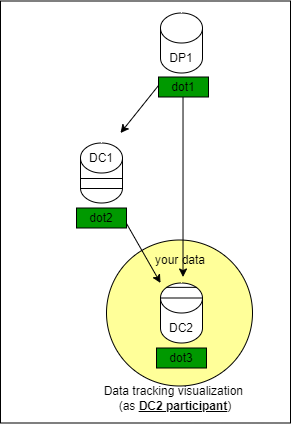
Before: diagrams/dvct-viz-3.png, a diagram exported from draw.io (Prometheus-X-association/data-value-chain-tracker). Source tidied: cells renumbered, new cells last; positions are measured from the earlier drawing's top-left corner, leaving out a move shared by most shapes. The source it was exported from:
```xml
<mxGraphModel>
  <root>
    <mxCell id="0" />
    <mxCell id="1" parent="0" />
    <mxCell id="2" style="rounded=0;whiteSpace=wrap;html=1;" parent="1" vertex="1">
      <mxGeometry y="-0.5" width="290" height="422" as="geometry" />
    </mxCell>
    <mxCell id="3" style="shape=cylinder3;whiteSpace=wrap;html=1;boundedLbl=1;backgroundOutline=1;size=15;" parent="1" vertex="1">
      <mxGeometry x="160" y="11.5" width="42" height="60" as="geometry" />
    </mxCell>
    <mxCell id="4" style="group;" parent="1" vertex="1">
      <mxGeometry x="80" y="141.5" width="101" height="118" as="geometry" />
    </mxCell>
    <mxCell id="5" style="ellipse;whiteSpace=wrap;html=1;fillColor=#FFFF99;" parent="4" vertex="1">
      <mxGeometry x="26" y="97" width="146" height="146" as="geometry" />
    </mxCell>
    <mxCell id="6" style="shape=cylinder3;whiteSpace=wrap;html=1;boundedLbl=1;backgroundOutline=1;size=15;" parent="4" vertex="1">
      <mxGeometry width="42" height="60" as="geometry" />
    </mxCell>
    <mxCell id="7" style="endArrow=none;html=1;rounded=0;exitX=0;exitY=0;exitDx=0;exitDy=37.50000000000001;exitPerimeter=0;entryX=0;entryY=0.75;entryDx=0;entryDy=0;" parent="4" edge="1">
      <mxGeometry relative="1" as="geometry">
        <mxPoint y="35.5" as="sourcePoint" />
        <mxPoint x="42" y="35.5" as="targetPoint" />
      </mxGeometry>
    </mxCell>
    <mxCell id="8" style="endArrow=none;html=1;rounded=0;exitX=0;exitY=0;exitDx=0;exitDy=37.50000000000001;exitPerimeter=0;entryX=0;entryY=0.75;entryDx=0;entryDy=0;" parent="4" edge="1">
      <mxGeometry relative="1" as="geometry">
        <mxPoint y="45.5" as="sourcePoint" />
        <mxPoint x="42" y="45.5" as="targetPoint" />
      </mxGeometry>
    </mxCell>
    <mxCell id="9" value="DC1" style="text;html=1;align=center;verticalAlign=middle;whiteSpace=wrap;rounded=0;" parent="4" vertex="1">
      <mxGeometry x="-9" width="60" height="30" as="geometry" />
    </mxCell>
    <mxCell id="10" value="your data" style="text;html=1;align=center;verticalAlign=middle;whiteSpace=wrap;rounded=0;" parent="4" vertex="1">
      <mxGeometry x="70" y="102" width="60" height="30" as="geometry" />
    </mxCell>
    <mxCell id="11" style="group;" parent="1" vertex="1">
      <mxGeometry x="160" y="281.5" width="51" height="60" as="geometry" />
    </mxCell>
    <mxCell id="12" style="shape=cylinder3;whiteSpace=wrap;html=1;boundedLbl=1;backgroundOutline=1;size=15;" parent="11" vertex="1">
      <mxGeometry width="42" height="60" as="geometry" />
    </mxCell>
    <mxCell id="13" style="endArrow=none;html=1;rounded=0;exitX=0.855;exitY=0;exitDx=0;exitDy=4.35;exitPerimeter=0;entryX=0.145;entryY=0;entryDx=0;entryDy=4.35;entryPerimeter=0;" parent="11" edge="1" source="12" target="12">
      <mxGeometry relative="1" as="geometry" />
    </mxCell>
    <mxCell id="14" style="endArrow=none;html=1;rounded=0;exitX=1;exitY=0;exitDx=0;exitDy=15;exitPerimeter=0;entryX=0;entryY=0;entryDx=0;entryDy=15;entryPerimeter=0;" parent="11" edge="1" source="12" target="12">
      <mxGeometry relative="1" as="geometry" />
    </mxCell>
    <mxCell id="15" value="DC2" style="text;html=1;align=center;verticalAlign=middle;whiteSpace=wrap;rounded=0;" parent="11" vertex="1">
      <mxGeometry x="-9" y="30" width="60" height="30" as="geometry" />
    </mxCell>
    <mxCell id="16" value="DP1" style="text;html=1;align=center;verticalAlign=middle;whiteSpace=wrap;rounded=0;" parent="1" vertex="1">
      <mxGeometry x="151" y="41.5" width="60" height="30" as="geometry" />
    </mxCell>
    <mxCell id="17" style="endArrow=classic;html=1;rounded=0;" parent="1" edge="1">
      <mxGeometry relative="1" as="geometry">
        <mxPoint x="160" y="81.5" as="sourcePoint" />
        <mxPoint x="120" y="131.5" as="targetPoint" />
      </mxGeometry>
    </mxCell>
    <mxCell id="18" style="endArrow=classic;html=1;rounded=0;" parent="1" edge="1">
      <mxGeometry relative="1" as="geometry">
        <mxPoint x="120" y="211.5" as="sourcePoint" />
        <mxPoint x="160" y="281.5" as="targetPoint" />
      </mxGeometry>
    </mxCell>
    <mxCell id="19" value="dot1" style="rounded=0;whiteSpace=wrap;html=1;fillColor=#009900;" parent="1" vertex="1">
      <mxGeometry x="158" y="75.5" width="50" height="20" as="geometry" />
    </mxCell>
    <mxCell id="20" value="dot2" style="rounded=0;whiteSpace=wrap;html=1;fillColor=#009900;" parent="1" vertex="1">
      <mxGeometry x="76" y="206.5" width="50" height="20" as="geometry" />
    </mxCell>
    <mxCell id="21" value="dot3" style="rounded=0;whiteSpace=wrap;html=1;fillColor=#009900;" parent="1" vertex="1">
      <mxGeometry x="156" y="346.5" width="50" height="20" as="geometry" />
    </mxCell>
    <mxCell id="22" value="Data tracking visualization&amp;nbsp;&lt;div&gt;(as &lt;b&gt;&lt;u&gt;DC2 participant&lt;/u&gt;&lt;/b&gt;)&lt;/div&gt;" style="text;html=1;align=center;verticalAlign=middle;whiteSpace=wrap;rounded=0;" parent="1" vertex="1">
      <mxGeometry x="100" y="381.5" width="150" height="30" as="geometry" />
    </mxCell>
    <mxCell id="23" style="endArrow=classic;html=1;rounded=0;" parent="1" edge="1">
      <mxGeometry relative="1" as="geometry">
        <mxPoint x="182.5" y="95.5" as="sourcePoint" />
        <mxPoint x="182.5" y="275.5" as="targetPoint" />
      </mxGeometry>
    </mxCell>
  </root>
</mxGraphModel>
```
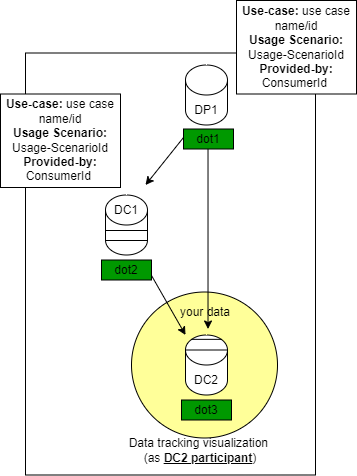
The same diagram one commit later.

What changed in the source:
```diff
@@ -83,5 +83,11 @@
         <mxPoint x="182.5" y="275.5" as="targetPoint" />
       </mxGeometry>
     </mxCell>
+    <mxCell id="24" value="&lt;b&gt;Use-case:&lt;/b&gt; use case name/id&lt;div&gt;&lt;b&gt;Usage Scenario:&lt;/b&gt; Usage-ScenarioId&lt;br&gt;&lt;div&gt;&lt;b&gt;Provided-by:&lt;/b&gt; ConsumerId&amp;nbsp;&lt;br&gt;&lt;/div&gt;&lt;/div&gt;" style="rounded=0;whiteSpace=wrap;html=1;" parent="1" vertex="1">
+      <mxGeometry x="-25" y="40.5" width="120" height="93.5" as="geometry" />
+    </mxCell>
+    <mxCell id="25" value="&lt;b&gt;Use-case:&lt;/b&gt; use case name/id&lt;div&gt;&lt;b&gt;Usage Scenario:&lt;/b&gt; Usage-ScenarioId&lt;br&gt;&lt;div&gt;&lt;b&gt;Provided-by:&lt;/b&gt; ConsumerId&amp;nbsp;&lt;br&gt;&lt;/div&gt;&lt;/div&gt;" style="rounded=0;whiteSpace=wrap;html=1;" parent="1" vertex="1">
+      <mxGeometry x="211" y="-53" width="120" height="93.5" as="geometry" />
+    </mxCell>
   </root>
 </mxGraphModel>
```
